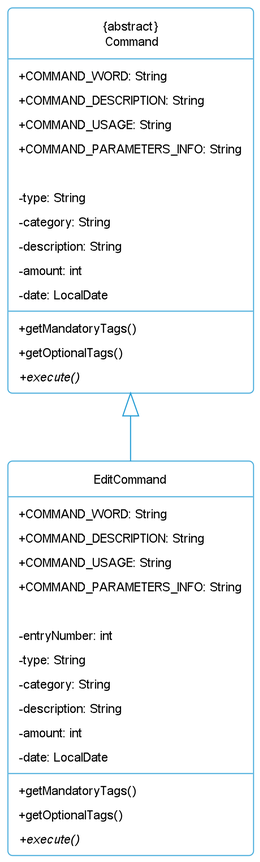
The PlantUML diagram docs/images/EditCommandClassDiagram.png in nus-cs2113-AY2223S1/tp, before a commit. Its source is kept beside it as docs/diagram/EditCommandClassDiagram.puml. The source it was exported from:
```plantuml
@startuml
!include Style.puml

class EditCommand {
+ COMMAND_WORD: String
    + COMMAND_DESCRIPTION: String
    + COMMAND_USAGE: String
    + COMMAND_PARAMETERS_INFO: String

    - entryNumber: int
    - type: String
    - category: String
    - description: String
    - amount: int
    - date: LocalDate

    +getMandatoryTags()
    +getOptionalTags()
    +{abstract}execute()
}

class "{abstract}\n Command"{

    + COMMAND_WORD: String
    + COMMAND_DESCRIPTION: String
    + COMMAND_USAGE: String
    + COMMAND_PARAMETERS_INFO: String

    - type: String
    - category: String
    - description: String
    - amount: int
    - date: LocalDate

    +getMandatoryTags()
    +getOptionalTags()
    +{abstract}execute()
}

EditCommand -up-|> "{abstract}\n Command"
@enduml
```
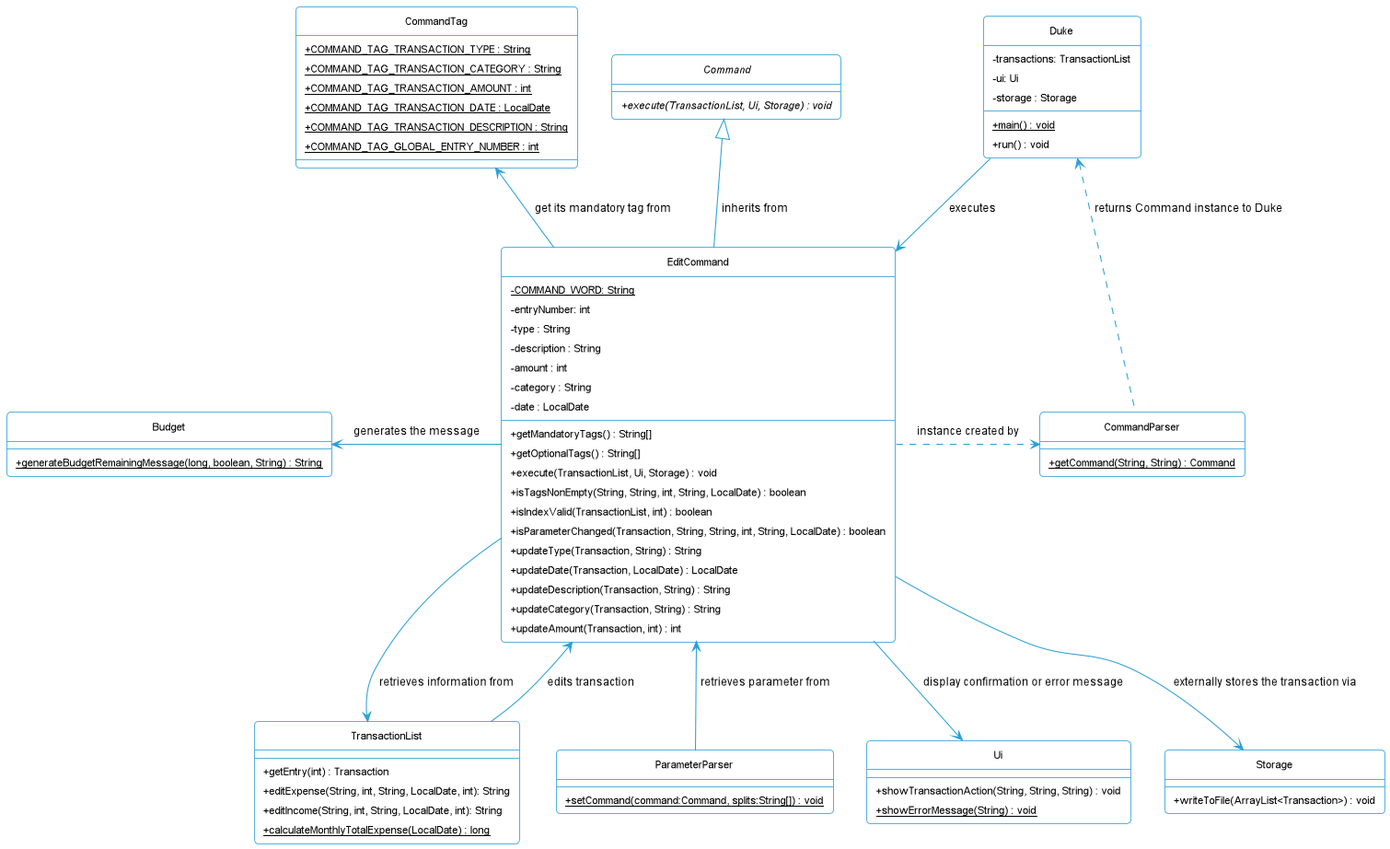
The same file after the commit.

Commit message:
Class Diagrams Revamp

Diff of the diagram source:
```diff
@@ -1,41 +1,87 @@
 @startuml
 !include Style.puml
 
-class EditCommand {
-+ COMMAND_WORD: String
-    + COMMAND_DESCRIPTION: String
-    + COMMAND_USAGE: String
-    + COMMAND_PARAMETERS_INFO: String
-
-    - entryNumber: int
-    - type: String
-    - category: String
-    - description: String
-    - amount: int
-    - date: LocalDate
-
-    +getMandatoryTags()
-    +getOptionalTags()
-    +{abstract}execute()
+class TransactionList {
+    + getEntry(int) : Transaction
+    + editExpense(String, int, String, LocalDate, int): String
+    + editIncome(String, int, String, LocalDate, int): String
+    + calculateMonthlyTotalExpense(LocalDate) {static} : long
 }
 
-class "{abstract}\n Command"{
-
-    + COMMAND_WORD: String
-    + COMMAND_DESCRIPTION: String
-    + COMMAND_USAGE: String
-    + COMMAND_PARAMETERS_INFO: String
-
-    - type: String
-    - category: String
-    - description: String
-    - amount: int
-    - date: LocalDate
-
-    +getMandatoryTags()
-    +getOptionalTags()
-    +{abstract}execute()
+abstract class Command {
+    + execute(TransactionList, Ui, Storage) : void {abstract}
 }
 
-EditCommand -up-|> "{abstract}\n Command"
+class CommandTag {
+    + COMMAND_TAG_TRANSACTION_TYPE {static}: String
+    + COMMAND_TAG_TRANSACTION_CATEGORY {static}: String
+    + COMMAND_TAG_TRANSACTION_AMOUNT {static}: int
+    + COMMAND_TAG_TRANSACTION_DATE {static}: LocalDate
+    + COMMAND_TAG_TRANSACTION_DESCRIPTION {static}: String
+    + COMMAND_TAG_GLOBAL_ENTRY_NUMBER {static}: int
+}
+
+class EditCommand {
+    - COMMAND_WORD: String {static}
+    - entryNumber: int
+    - type : String
+    - description : String
+    - amount : int
+    - category : String
+    - date : LocalDate
+    + getMandatoryTags() : String[]
+    + getOptionalTags() : String[]
+    + execute(TransactionList, Ui, Storage) : void
+    + isTagsNonEmpty(String, String, int, String, LocalDate) : boolean
+    + isIndexValid(TransactionList, int) : boolean
+    + isParameterChanged(Transaction, String, String, int, String, LocalDate) : boolean
+    + updateType(Transaction, String) : String
+    + updateDate(Transaction, LocalDate) : LocalDate
+    + updateDescription(Transaction, String) : String
+    + updateCategory(Transaction, String) : String
+    + updateAmount(Transaction, int) : int
+}
+
+class CommandParser{
+    +getCommand(String, String) {static} : Command
+}
+
+class ParameterParser{
+    +setCommand(command:Command, splits:String[]) {static} : void
+}
+
+class Duke{
+    - transactions: TransactionList
+    - ui: Ui
+    - storage : Storage
+    + main() {static} : void
+    + run() : void
+}
+
+class Ui{
+    + showTransactionAction(String, String, String) : void
+    + showErrorMessage(String) : void {static}
+}
+
+class Budget {
+    + generateBudgetRemainingMessage(long, boolean, String) {static} : String
+}
+
+class Storage {
+    + writeToFile(ArrayList<Transaction>) : void
+}
+
+EditCommand -up-|> "Command": inherits from
+
+Duke <.. CommandParser: returns Command instance to Duke
+EditCommand --> Ui : display confirmation or error message
+EditCommand .right.> CommandParser: instance created by
+EditCommand <-- ParameterParser: retrieves parameter from
+EditCommand <-- TransactionList: edits transaction
+EditCommand --> TransactionList: retrieves information from
+EditCommand -up-> CommandTag: get its mandatory tag from
+EditCommand <-left- Duke: executes
+EditCommand -left-> Budget: generates the message
+EditCommand --> Storage: externally stores the transaction via
+
 @enduml
```
